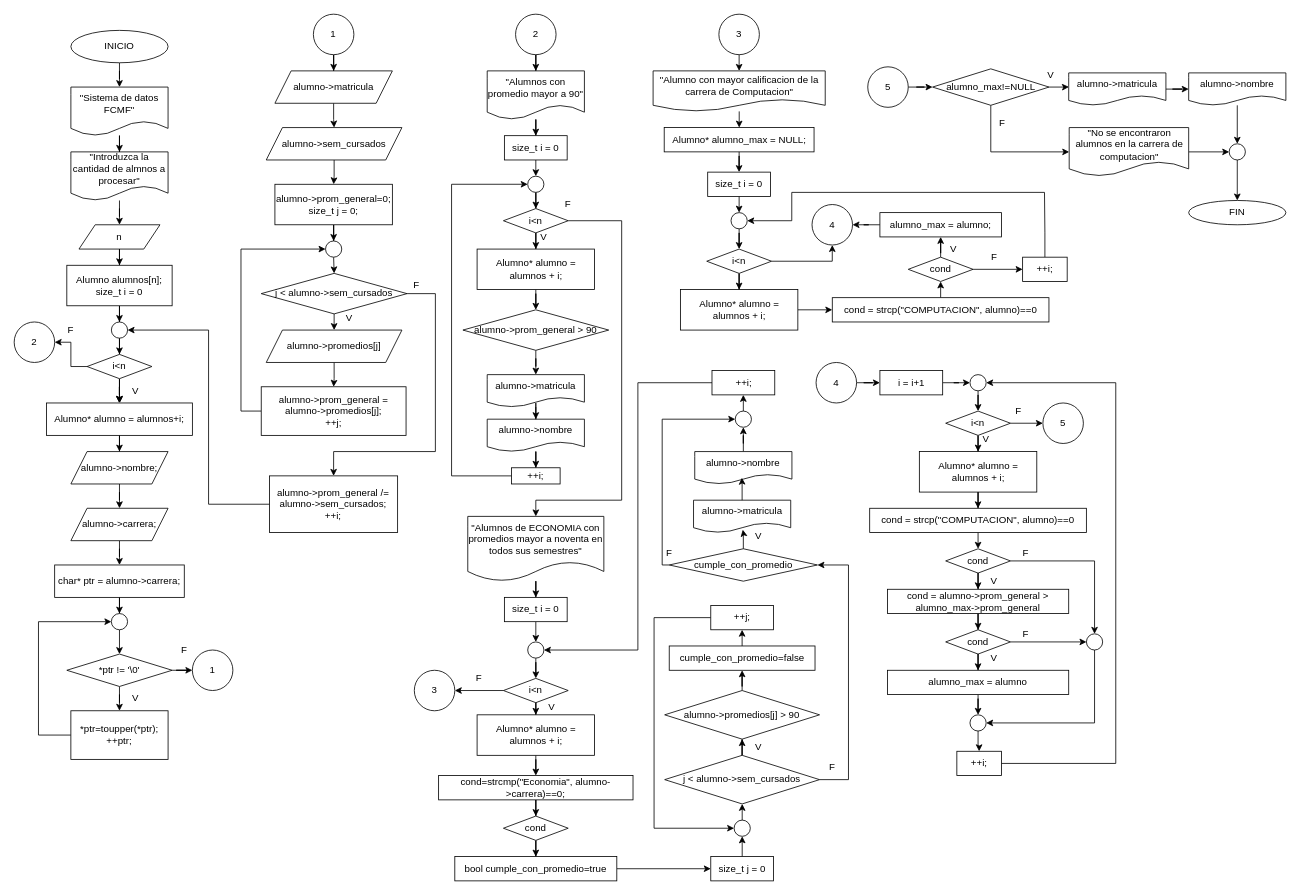
Earlier version of the draw.io diagram fase1/tarea1/ej3_digrama.drawio (AADavilaGonzalez/tareas_ED). Source tidied: cells renumbered, new cells numbered last; positions are measured from the earlier drawing's top-left corner, leaving out a move shared by most shapes. Both pictures are drawn from the tidied source at 81%, with x=0, y=0 at pixel (14, 14).
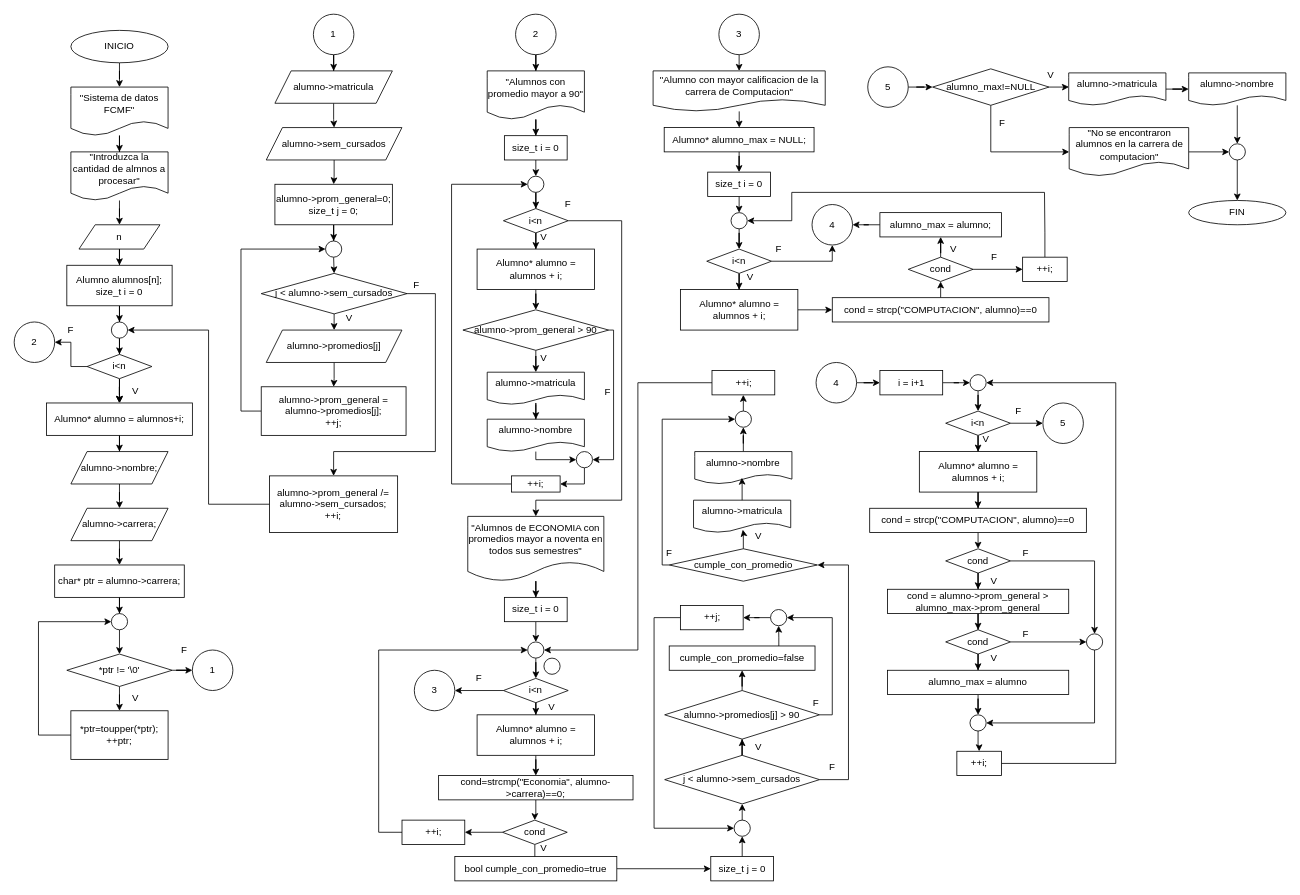
Above is the later version.

Unchanged cells that the change refers to:
```xml
<mxCell id="68" style="ellipse;whiteSpace=wrap;html=1;" parent="1" vertex="1">
  <mxGeometry x="634" y="200" width="20" height="20" as="geometry" />
</mxCell>
<mxCell id="75" value="alumno-&amp;gt;prom_general &amp;gt; 90" style="rhombus;whiteSpace=wrap;html=1;" parent="1" vertex="1">
  <mxGeometry x="554" y="365" width="180" height="50" as="geometry" />
</mxCell>
<mxCell id="79" value="alumno-&amp;gt;nombre" style="shape=document;whiteSpace=wrap;html=1;boundedLbl=1;" parent="1" vertex="1">
  <mxGeometry x="584" y="500" width="120" height="40" as="geometry" />
</mxCell>
<mxCell id="89" style="ellipse;whiteSpace=wrap;html=1;" parent="1" vertex="1">
  <mxGeometry x="634" y="775" width="20" height="20" as="geometry" />
</mxCell>
<mxCell id="104" style="ellipse;whiteSpace=wrap;html=1;" parent="1" vertex="1">
  <mxGeometry x="888.8" y="995" width="20" height="20" as="geometry" />
</mxCell>
<mxCell id="109" value="alumno-&amp;gt;promedios[j] &amp;gt; 90" style="rhombus;whiteSpace=wrap;html=1;" parent="1" vertex="1">
  <mxGeometry x="803.1" y="835" width="191.2" height="60" as="geometry" />
</mxCell>
<mxCell id="111" value="cumple_con_promedio=false" style="whiteSpace=wrap;html=1;" parent="1" vertex="1">
  <mxGeometry x="808.7" y="780" width="180" height="30" as="geometry" />
</mxCell>
```

Change to the diagram source:
```diff
@@
+    <mxCell id="211" style="edgeStyle=orthogonalEdgeStyle;rounded=0;jettySize=auto;html=1;entryX=1;entryY=0.5;entryDx=0;entryDy=0;" parent="1" edge="1" source="75" target="218">
+      <mxGeometry relative="1" as="geometry">
+        <Array as="points">
+          <mxPoint x="740" y="390" />
+          <mxPoint x="740" y="550" />
+        </Array>
+      </mxGeometry>
+    </mxCell>
@@
     <mxCell id="77" value="alumno-&amp;gt;matricula" style="shape=document;whiteSpace=wrap;html=1;boundedLbl=1;" parent="1" vertex="1">
-      <mxGeometry x="584" y="445" width="120" height="40" as="geometry" />
+      <mxGeometry x="584" y="442" width="120" height="40" as="geometry" />
     </mxCell>
-    <mxCell id="78" style="edgeStyle=orthogonalEdgeStyle;rounded=0;jettySize=auto;html=1;entryX=0.5;entryY=0;entryDx=0;entryDy=0;" parent="1" edge="1" source="79" target="81">
-      <mxGeometry relative="1" as="geometry" />
-    </mxCell>
+    <mxCell id="212" style="edgeStyle=orthogonalEdgeStyle;rounded=0;jettySize=auto;html=1;entryX=0;entryY=0.5;entryDx=0;entryDy=0;" parent="1" edge="1" source="79" target="218">
+      <mxGeometry relative="1" as="geometry">
+        <Array as="points">
+          <mxPoint x="644" y="550" />
+        </Array>
+      </mxGeometry>
+    </mxCell>
@@
-    <mxCell id="80" style="edgeStyle=orthogonalEdgeStyle;rounded=0;jettySize=auto;html=1;entryX=0;entryY=0.5;entryDx=0;entryDy=0;" parent="1" edge="1" source="81" target="68">
+    <mxCell id="80" style="edgeStyle=orthogonalEdgeStyle;rounded=0;jettySize=auto;html=1;entryX=0;entryY=0.5;entryDx=0;entryDy=0;exitX=0;exitY=0.5;exitDx=0;exitDy=0;" parent="1" edge="1" source="81" target="68">
       <mxGeometry relative="1" as="geometry">
         <Array as="points">
-          <mxPoint x="540" y="570" />
+          <mxPoint x="540" y="580" />
           <mxPoint x="540" y="210" />
         </Array>
       </mxGeometry>
     </mxCell>
     <mxCell id="81" value="++i;" style="rounded=0;whiteSpace=wrap;html=1;" parent="1" vertex="1">
-      <mxGeometry x="614" y="560" width="60" height="20" as="geometry" />
+      <mxGeometry x="614" y="570" width="60" height="20" as="geometry" />
     </mxCell>
@@
+    <mxCell id="213" style="edgeStyle=orthogonalEdgeStyle;rounded=0;jettySize=auto;html=1;entryX=1;entryY=0.5;entryDx=0;entryDy=0;" parent="1" edge="1" source="98" target="222">
+      <mxGeometry relative="1" as="geometry" />
+    </mxCell>
     <mxCell id="98" value="cond" style="rhombus;whiteSpace=wrap;html=1;" parent="1" vertex="1">
-      <mxGeometry x="604" y="990" width="80" height="30" as="geometry" />
+      <mxGeometry x="602.8" y="995" width="80" height="30" as="geometry" />
     </mxCell>
@@
+    <mxCell id="214" style="edgeStyle=orthogonalEdgeStyle;rounded=0;jettySize=auto;html=1;entryX=1;entryY=0.5;entryDx=0;entryDy=0;" parent="1" edge="1" source="109" target="224">
+      <mxGeometry relative="1" as="geometry">
+        <Array as="points">
+          <mxPoint x="1010" y="865" />
+          <mxPoint x="1010" y="745" />
+        </Array>
+      </mxGeometry>
+    </mxCell>
@@
-    <mxCell id="110" style="edgeStyle=orthogonalEdgeStyle;rounded=0;jettySize=auto;html=1;entryX=0.5;entryY=1;entryDx=0;entryDy=0;" parent="1" edge="1" source="111" target="113">
-      <mxGeometry relative="1" as="geometry" />
-    </mxCell>
+    <mxCell id="215" style="edgeStyle=orthogonalEdgeStyle;rounded=0;jettySize=auto;html=1;entryX=0.5;entryY=1;entryDx=0;entryDy=0;" parent="1" edge="1" source="111" target="224">
+      <mxGeometry relative="1" as="geometry">
+        <Array as="points">
+          <mxPoint x="944" y="770" />
+          <mxPoint x="944" y="770" />
+        </Array>
+      </mxGeometry>
+    </mxCell>
@@
-    <mxCell id="112" style="edgeStyle=orthogonalEdgeStyle;rounded=0;jettySize=auto;html=1;entryX=0;entryY=0.5;entryDx=0;entryDy=0;" parent="1" edge="1" source="113" target="104">
+    <mxCell id="112" style="edgeStyle=orthogonalEdgeStyle;rounded=0;jettySize=auto;html=1;entryX=0;entryY=0.5;entryDx=0;entryDy=0;exitX=0;exitY=0.5;exitDx=0;exitDy=0;" parent="1" edge="1" source="113" target="104">
       <mxGeometry relative="1" as="geometry">
         <Array as="points">
           <mxPoint x="790" y="745" />
           <mxPoint x="790" y="1005" />
         </Array>
       </mxGeometry>
     </mxCell>
     <mxCell id="113" value="++j;" style="rounded=0;whiteSpace=wrap;html=1;" parent="1" vertex="1">
-      <mxGeometry x="860" y="730" width="77.5" height="30" as="geometry" />
+      <mxGeometry x="822.5" y="730" width="77.5" height="30" as="geometry" />
     </mxCell>
@@
+    <mxCell id="216" value="V" style="text;html=1;align=center;verticalAlign=middle;whiteSpace=wrap;rounded=0;" parent="1" vertex="1">
+      <mxGeometry x="624" y="410" width="60" height="30" as="geometry" />
+    </mxCell>
+    <mxCell id="217" style="edgeStyle=orthogonalEdgeStyle;rounded=0;jettySize=auto;html=1;entryX=1;entryY=0.5;entryDx=0;entryDy=0;" parent="1" edge="1" source="218" target="81">
+      <mxGeometry relative="1" as="geometry">
+        <Array as="points">
+          <mxPoint x="704" y="580" />
+        </Array>
+      </mxGeometry>
+    </mxCell>
+    <mxCell id="218" style="ellipse;whiteSpace=wrap;html=1;" parent="1" vertex="1">
+      <mxGeometry x="694" y="540" width="20" height="20" as="geometry" />
+    </mxCell>
+    <mxCell id="219" value="F" style="text;html=1;align=center;verticalAlign=middle;whiteSpace=wrap;rounded=0;" parent="1" vertex="1">
+      <mxGeometry x="703" y="452" width="60" height="30" as="geometry" />
+    </mxCell>
+    <mxCell id="220" value="V" style="text;html=1;align=center;verticalAlign=middle;whiteSpace=wrap;rounded=0;" parent="1" vertex="1">
+      <mxGeometry x="624" y="1015" width="60" height="30" as="geometry" />
+    </mxCell>
+    <mxCell id="221" style="edgeStyle=orthogonalEdgeStyle;rounded=0;jettySize=auto;html=1;entryX=0;entryY=0.5;entryDx=0;entryDy=0;" parent="1" edge="1" source="222" target="89">
+      <mxGeometry relative="1" as="geometry">
+        <Array as="points">
+          <mxPoint x="450" y="1010" />
+          <mxPoint x="450" y="785" />
+        </Array>
+      </mxGeometry>
+    </mxCell>
+    <mxCell id="222" value="++i;" style="rounded=0;whiteSpace=wrap;html=1;" parent="1" vertex="1">
+      <mxGeometry x="478.8" y="995" width="77.5" height="30" as="geometry" />
+    </mxCell>
+    <mxCell id="223" style="edgeStyle=orthogonalEdgeStyle;rounded=0;jettySize=auto;html=1;entryX=1;entryY=0.5;entryDx=0;entryDy=0;" parent="1" edge="1" source="224" target="113">
+      <mxGeometry relative="1" as="geometry" />
+    </mxCell>
+    <mxCell id="224" style="ellipse;whiteSpace=wrap;html=1;" parent="1" vertex="1">
+      <mxGeometry x="933.8" y="735" width="20" height="20" as="geometry" />
+    </mxCell>
+    <mxCell id="225" style="ellipse;whiteSpace=wrap;html=1;" parent="1" vertex="1">
+      <mxGeometry x="654" y="795" width="20" height="20" as="geometry" />
+    </mxCell>
+    <mxCell id="226" value="F" style="text;html=1;align=center;verticalAlign=middle;whiteSpace=wrap;rounded=0;" parent="1" vertex="1">
+      <mxGeometry x="960.2" y="835" width="60" height="30" as="geometry" />
+    </mxCell>
+    <mxCell id="227" value="V" style="text;html=1;align=center;verticalAlign=middle;whiteSpace=wrap;rounded=0;" parent="1" vertex="1">
+      <mxGeometry x="879" y="310" width="60" height="30" as="geometry" />
+    </mxCell>
+    <mxCell id="228" value="F" style="text;html=1;align=center;verticalAlign=middle;whiteSpace=wrap;rounded=0;" parent="1" vertex="1">
+      <mxGeometry x="913.8" y="275" width="60" height="30" as="geometry" />
+    </mxCell>
```
